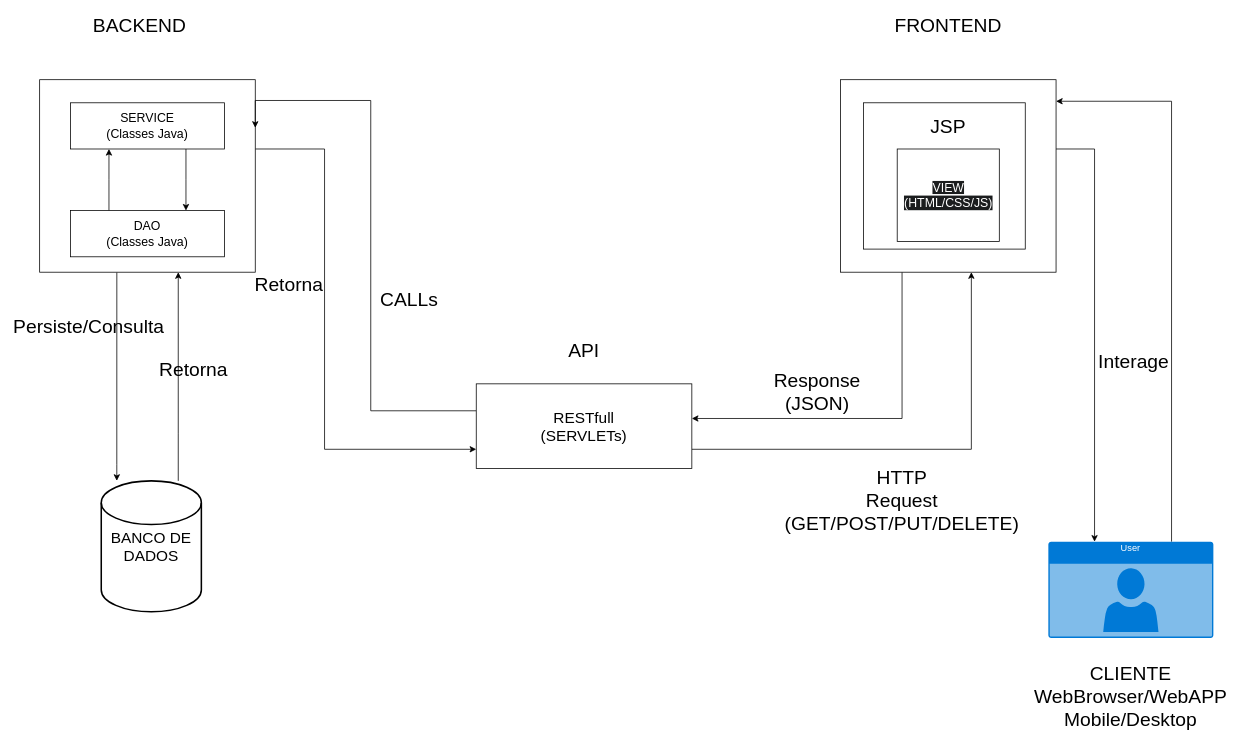
Above: docs/diagramas/Processo de comunicação do sistema.drawio in ManuelKamati360/AgendaDeContactos (draw.io), before the change. Source tidied: cells renumbered, new cells numbered last; positions are measured from the earlier drawing's top-left corner, leaving out a move shared by most shapes. Both pictures are drawn from the tidied source at 77%, with x=0, y=0 at pixel (39, 13).
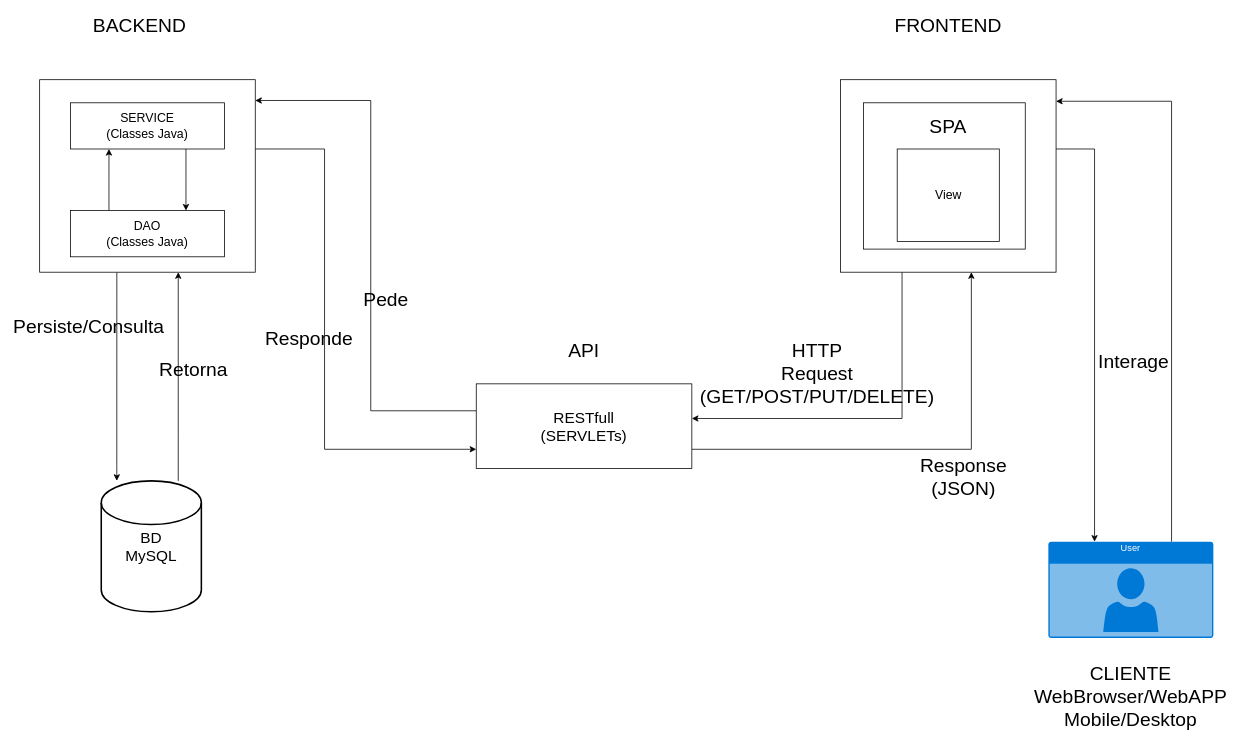
The same page after the edit.

Unchanged cells that the change refers to:
```xml
<mxCell id="3" style="rounded=0;whiteSpace=wrap;html=1;fontSize=20;" parent="1" vertex="1">
  <mxGeometry y="86" width="280" height="250" as="geometry" />
</mxCell>
<mxCell id="14" value="RESTfull&lt;div&gt;(SERVLETs)&lt;/div&gt;" style="rounded=0;whiteSpace=wrap;html=1;fontSize=20;" parent="1" vertex="1">
  <mxGeometry x="567" y="481" width="280" height="110" as="geometry" />
</mxCell>
```

What changed in the source:
```diff
@@
-    <mxCell id="9" value="BANCO DE DADOS" style="strokeWidth=2;html=1;shape=mxgraph.flowchart.database;whiteSpace=wrap;fontSize=20;" parent="1" vertex="1">
+    <mxCell id="9" value="BD&lt;div&gt;MySQL&lt;/div&gt;" style="strokeWidth=2;html=1;shape=mxgraph.flowchart.database;whiteSpace=wrap;fontSize=20;" parent="1" vertex="1">
       <mxGeometry x="80" y="607" width="130" height="170" as="geometry" />
     </mxCell>
@@
-    <mxCell id="13" style="edgeStyle=orthogonalEdgeStyle;rounded=0;jettySize=auto;html=1;entryX=1;entryY=0.25;entryDx=0;entryDy=0;" parent="1" edge="1" source="14" target="3">
+    <mxCell id="13" style="edgeStyle=orthogonalEdgeStyle;rounded=0;jettySize=auto;html=1;" parent="1" edge="1" source="14" target="3">
       <mxGeometry relative="1" as="geometry">
         <Array as="points">
           <mxPoint x="430" y="516" />
           <mxPoint x="430" y="113" />
         </Array>
       </mxGeometry>
     </mxCell>
@@
     <mxCell id="18" value="HTTP&lt;div&gt;Request&lt;/div&gt;&lt;div&gt;(GET/POST/PUT/DELETE)&lt;/div&gt;" style="text;html=1;whiteSpace=wrap;strokeColor=none;fillColor=none;align=center;verticalAlign=middle;rounded=0;fontSize=25;" parent="1" vertex="1">
-      <mxGeometry x="1090" y="616" width="60" height="30" as="geometry" />
+      <mxGeometry x="980" y="451" width="60" height="30" as="geometry" />
     </mxCell>
     <mxCell id="19" value="Response&lt;div&gt;(JSON)&lt;/div&gt;" style="text;html=1;whiteSpace=wrap;strokeColor=none;fillColor=none;align=center;verticalAlign=middle;rounded=0;fontSize=25;" parent="1" vertex="1">
-      <mxGeometry x="980" y="476" width="60" height="30" as="geometry" />
+      <mxGeometry x="1170" y="586" width="60" height="30" as="geometry" />
     </mxCell>
-    <mxCell id="20" value="CALLs" style="text;html=1;whiteSpace=wrap;strokeColor=none;fillColor=none;align=center;verticalAlign=middle;rounded=0;fontSize=25;" parent="1" vertex="1">
-      <mxGeometry x="450" y="356" width="60" height="30" as="geometry" />
+    <mxCell id="20" value="Pede" style="text;html=1;whiteSpace=wrap;strokeColor=none;fillColor=none;align=center;verticalAlign=middle;rounded=0;fontSize=25;" parent="1" vertex="1">
+      <mxGeometry x="420" y="356" width="60" height="30" as="geometry" />
     </mxCell>
@@
-    <mxCell id="24" value="Retorna" style="text;html=1;whiteSpace=wrap;strokeColor=none;fillColor=none;align=center;verticalAlign=middle;rounded=0;fontSize=25;" parent="1" vertex="1">
-      <mxGeometry x="294" y="336" width="60" height="30" as="geometry" />
+    <mxCell id="24" value="Responde" style="text;html=1;whiteSpace=wrap;strokeColor=none;fillColor=none;align=center;verticalAlign=middle;rounded=0;fontSize=25;" parent="1" vertex="1">
+      <mxGeometry x="320" y="406" width="60" height="30" as="geometry" />
     </mxCell>
@@
-    <mxCell id="31" value="&lt;font style=&quot;font-size: 16px;&quot;&gt;&lt;br&gt;&lt;span style=&quot;forced-color-adjust: none; color: rgb(255, 255, 255); font-family: Helvetica; font-style: normal; font-variant-ligatures: normal; font-variant-caps: normal; font-weight: 400; letter-spacing: normal; orphans: 2; text-align: center; text-indent: 0px; text-transform: none; widows: 2; word-spacing: 0px; -webkit-text-stroke-width: 0px; white-space: normal; background-color: rgb(27, 29, 30); text-decoration-thickness: initial; text-decoration-style: initial; text-decoration-color: initial; box-shadow: none !important;&quot;&gt;VIEW&lt;/span&gt;&lt;br style=&quot;forced-color-adjust: none; color: rgb(255, 255, 255); font-family: Helvetica; font-style: normal; font-variant-ligatures: normal; font-variant-caps: normal; font-weight: 400; letter-spacing: normal; orphans: 2; text-align: center; text-indent: 0px; text-transform: none; widows: 2; word-spacing: 0px; -webkit-text-stroke-width: 0px; white-space: normal; background-color: rgb(27, 29, 30); text-decoration-thickness: initial; text-decoration-style: initial; text-decoration-color: initial; box-shadow: none !important;&quot;&gt;&lt;/font&gt;&lt;div style=&quot;forced-color-adjust: none; color: rgb(255, 255, 255); font-family: Helvetica; font-style: normal; font-variant-ligatures: normal; font-variant-caps: normal; font-weight: 400; letter-spacing: normal; orphans: 2; text-align: center; text-indent: 0px; text-transform: none; widows: 2; word-spacing: 0px; -webkit-text-stroke-width: 0px; white-space: normal; background-color: rgb(27, 29, 30); text-decoration-thickness: initial; text-decoration-style: initial; text-decoration-color: initial; box-shadow: none !important;&quot;&gt;&lt;font style=&quot;font-size: 16px;&quot;&gt;&lt;span style=&quot;forced-color-adjust: none; box-shadow: none !important;&quot;&gt;(&lt;/span&gt;&lt;span style=&quot;forced-color-adjust: none; box-shadow: none !important;&quot;&gt;HTML/CSS/JS&lt;/span&gt;&lt;span style=&quot;forced-color-adjust: none; box-shadow: none !important;&quot;&gt;)&lt;/span&gt;&lt;/font&gt;&lt;/div&gt;&lt;font style=&quot;font-size: 16px;&quot;&gt;&lt;br&gt;&lt;/font&gt;" style="rounded=0;whiteSpace=wrap;html=1;" parent="1" vertex="1">
+    <mxCell id="31" value="&lt;font style=&quot;font-size: 16px;&quot;&gt;View&lt;/font&gt;" style="rounded=0;whiteSpace=wrap;html=1;" parent="1" vertex="1">
       <mxGeometry x="1113.7" y="176" width="132.6" height="120" as="geometry" />
     </mxCell>
-    <mxCell id="32" value="JSP" style="text;html=1;whiteSpace=wrap;strokeColor=none;fillColor=none;align=center;verticalAlign=middle;rounded=0;fontSize=25;" parent="1" vertex="1">
+    <mxCell id="32" value="SPA" style="text;html=1;whiteSpace=wrap;strokeColor=none;fillColor=none;align=center;verticalAlign=middle;rounded=0;fontSize=25;" parent="1" vertex="1">
       <mxGeometry x="1150" y="131" width="60" height="30" as="geometry" />
     </mxCell>
```
